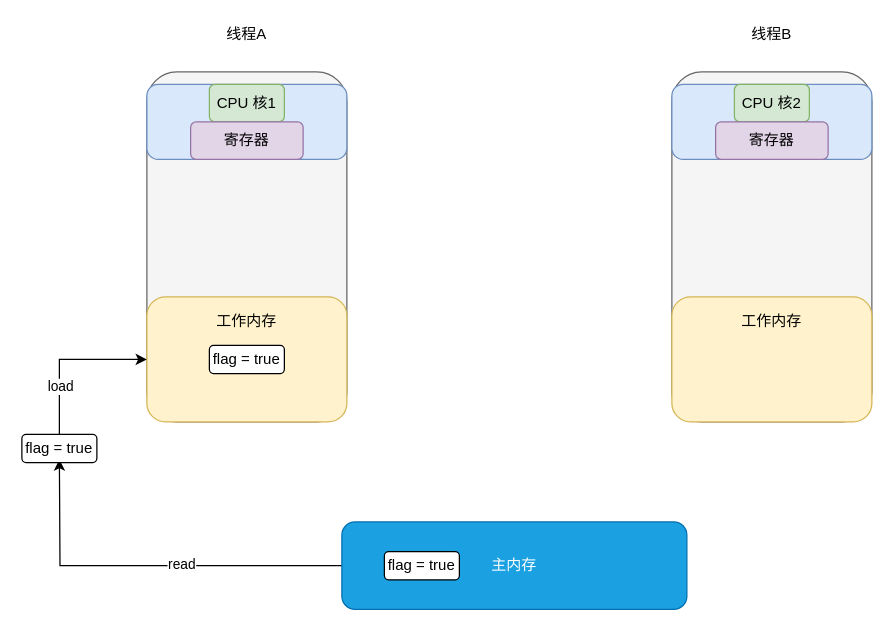
Before: 多线程与高并发/Untitled Diagram.drawio in LePeitiPrince/note-picture, a draw.io diagram. Source tidied: cells renumbered, new cells numbered last; positions are measured from the earlier drawing's top-left corner, leaving out a move shared by most shapes. Both pictures are drawn from the tidied source at 125%, with x=0, y=0 at pixel (21, 21).
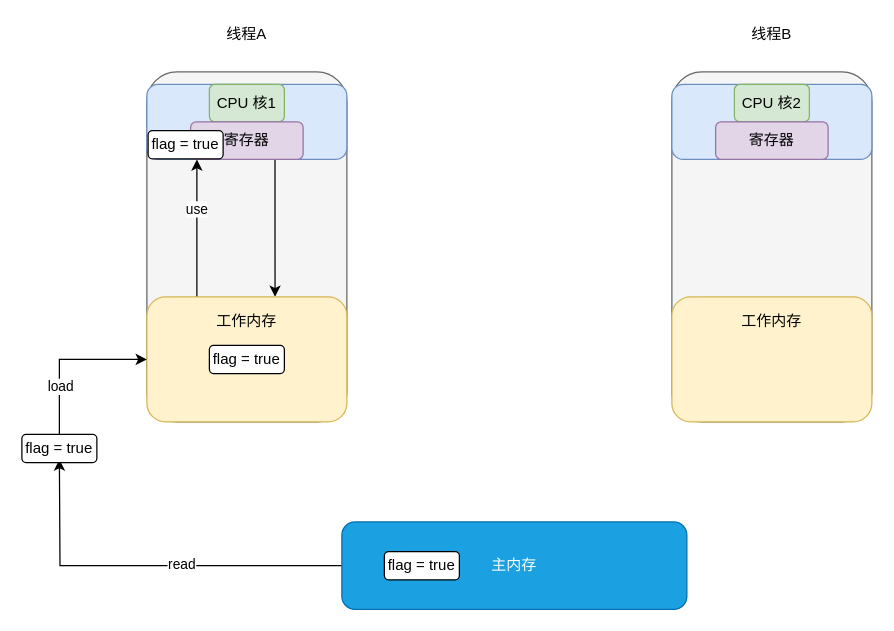
After the change.

Unchanged cells that the change refers to:
```xml
<mxCell id="6" style="rounded=1;whiteSpace=wrap;html=1;fillColor=#dae8fc;strokeColor=#6c8ebf;" parent="1" vertex="1">
  <mxGeometry x="100" y="50" width="160" height="60" as="geometry" />
</mxCell>
<mxCell id="8" value="寄存器" style="rounded=1;whiteSpace=wrap;html=1;fillColor=#e1d5e7;strokeColor=#9673a6;" parent="1" vertex="1">
  <mxGeometry x="135" y="80" width="90" height="30" as="geometry" />
</mxCell>
<mxCell id="9" style="rounded=1;whiteSpace=wrap;html=1;fillColor=#fff2cc;strokeColor=#d6b656;" parent="1" vertex="1">
  <mxGeometry x="100" y="220" width="160" height="100" as="geometry" />
</mxCell>
```

The edit, as a diff of the source:
```diff
@@
+    <mxCell id="24" style="edgeStyle=orthogonalEdgeStyle;rounded=0;jettySize=auto;html=1;exitX=0.75;exitY=1;exitDx=0;exitDy=0;entryX=0.641;entryY=0;entryDx=0;entryDy=0;entryPerimeter=0;" parent="1" edge="1" source="8" target="9">
+      <mxGeometry relative="1" as="geometry" />
+    </mxCell>
@@
+    <mxCell id="25" style="edgeStyle=orthogonalEdgeStyle;rounded=0;jettySize=auto;html=1;exitX=0.25;exitY=0;exitDx=0;exitDy=0;" parent="1" edge="1" source="9" target="6">
+      <mxGeometry relative="1" as="geometry">
+        <Array as="points">
+          <mxPoint x="140" y="140" />
+          <mxPoint x="140" y="140" />
+        </Array>
+      </mxGeometry>
+    </mxCell>
+    <mxCell id="26" value="use" style="edgeLabel;html=1;align=center;verticalAlign=middle;" parent="25" vertex="1">
+      <mxGeometry x="0.29" y="1" relative="1" as="geometry" />
+    </mxCell>
@@
+    <mxCell id="27" value="flag = true" style="rounded=1;whiteSpace=wrap;html=1;" parent="1" vertex="1">
+      <mxGeometry x="101" y="87" width="60" height="22.5" as="geometry" />
+    </mxCell>
```
